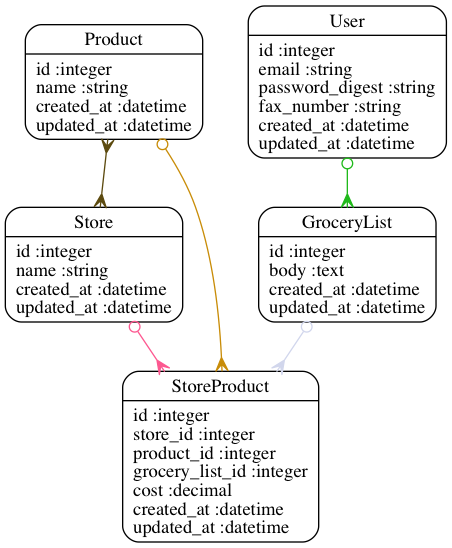
The Graphviz diagram models.png in amberwoodrow/grocery_cost, before a commit. Its source is kept beside it as models.dot.
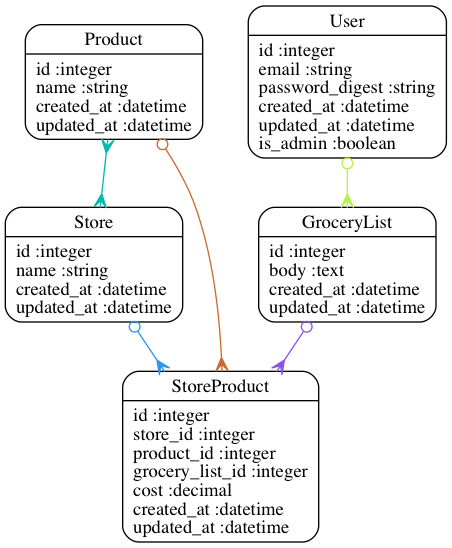
Later version of the same file.

Diff of the diagram source:
```diff
@@ -4,10 +4,10 @@
 	"Product" [shape=Mrecord, label="{Product|id :integer\lname :string\lcreated_at :datetime\lupdated_at :datetime\l}"]
 	"Store" [shape=Mrecord, label="{Store|id :integer\lname :string\lcreated_at :datetime\lupdated_at :datetime\l}"]
 	"StoreProduct" [shape=Mrecord, label="{StoreProduct|id :integer\lstore_id :integer\lproduct_id :integer\lgrocery_list_id :integer\lcost :decimal\lcreated_at :datetime\lupdated_at :datetime\l}"]
-	"User" [shape=Mrecord, label="{User|id :integer\lemail :string\lpassword_digest :string\lfax_number :string\lcreated_at :datetime\lupdated_at :datetime\l}"]
-	"GroceryList" -> "StoreProduct" [arrowtail=odot, arrowhead=crow, dir=both color="#D1D6EC"]
-	"Product" -> "Store" [arrowtail=crow, arrowhead=crow, dir=both color="#5C4A0F"]
-	"Product" -> "StoreProduct" [arrowtail=odot, arrowhead=crow, dir=both color="#C88C08"]
-	"Store" -> "StoreProduct" [arrowtail=odot, arrowhead=crow, dir=both color="#FC5890"]
-	"User" -> "GroceryList" [arrowtail=odot, arrowhead=crow, dir=both color="#20B91B"]
+	"User" [shape=Mrecord, label="{User|id :integer\lemail :string\lpassword_digest :string\lcreated_at :datetime\lupdated_at :datetime\lis_admin :boolean\l}"]
+	"GroceryList" -> "StoreProduct" [arrowtail=odot, arrowhead=crow, dir=both color="#8B53E6"]
+	"Product" -> "Store" [arrowtail=crow, arrowhead=crow, dir=both color="#00BAA9"]
+	"Product" -> "StoreProduct" [arrowtail=odot, arrowhead=crow, dir=both color="#CC6932"]
+	"Store" -> "StoreProduct" [arrowtail=odot, arrowhead=crow, dir=both color="#2D94EC"]
+	"User" -> "GroceryList" [arrowtail=odot, arrowhead=crow, dir=both color="#B8F14E"]
 }
```
